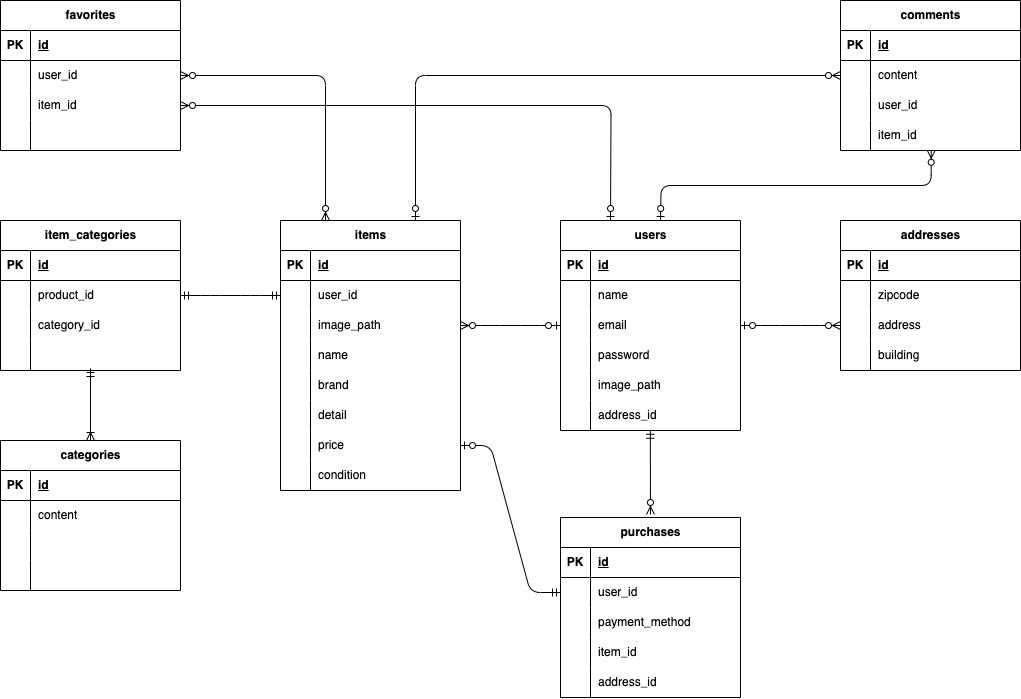
takuyakurikuri/flea-market keeps this draw.io diagram as src/ER.drawio.png. Above is the earlier version. Source tidied: cells renumbered, new cells last; positions are measured from the earlier drawing's top-left corner, leaving out a move shared by most shapes.
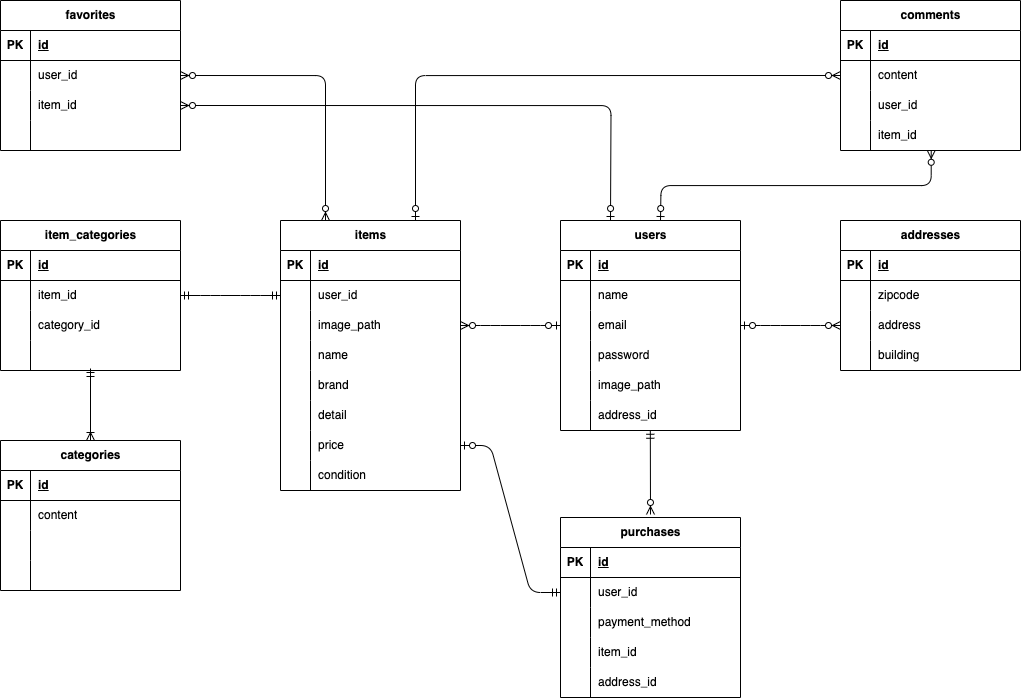
After the commit.

Change to the diagram source:
```diff
@@ -143,7 +143,7 @@
     <mxCell id="48" style="shape=partialRectangle;fillColor=none;top=0;left=0;bottom=0;right=0;overflow=hidden;whiteSpace=wrap;html=1;" parent="47" vertex="1">
       <mxGeometry width="30" height="30" as="geometry" />
     </mxCell>
-    <mxCell id="49" value="product_id" style="shape=partialRectangle;fillColor=none;top=0;left=0;bottom=0;right=0;align=left;spacingLeft=6;overflow=hidden;whiteSpace=wrap;html=1;" parent="47" vertex="1">
+    <mxCell id="49" value="item_id" style="shape=partialRectangle;fillColor=none;top=0;left=0;bottom=0;right=0;align=left;spacingLeft=6;overflow=hidden;whiteSpace=wrap;html=1;" parent="47" vertex="1">
       <mxGeometry x="30" width="150" height="30" as="geometry" />
     </mxCell>
     <mxCell id="50" style="shape=tableRow;horizontal=0;startSize=0;swimlaneHead=0;swimlaneBody=0;fillColor=none;top=0;left=0;right=0;bottom=0;" parent="43" vertex="1">
```
